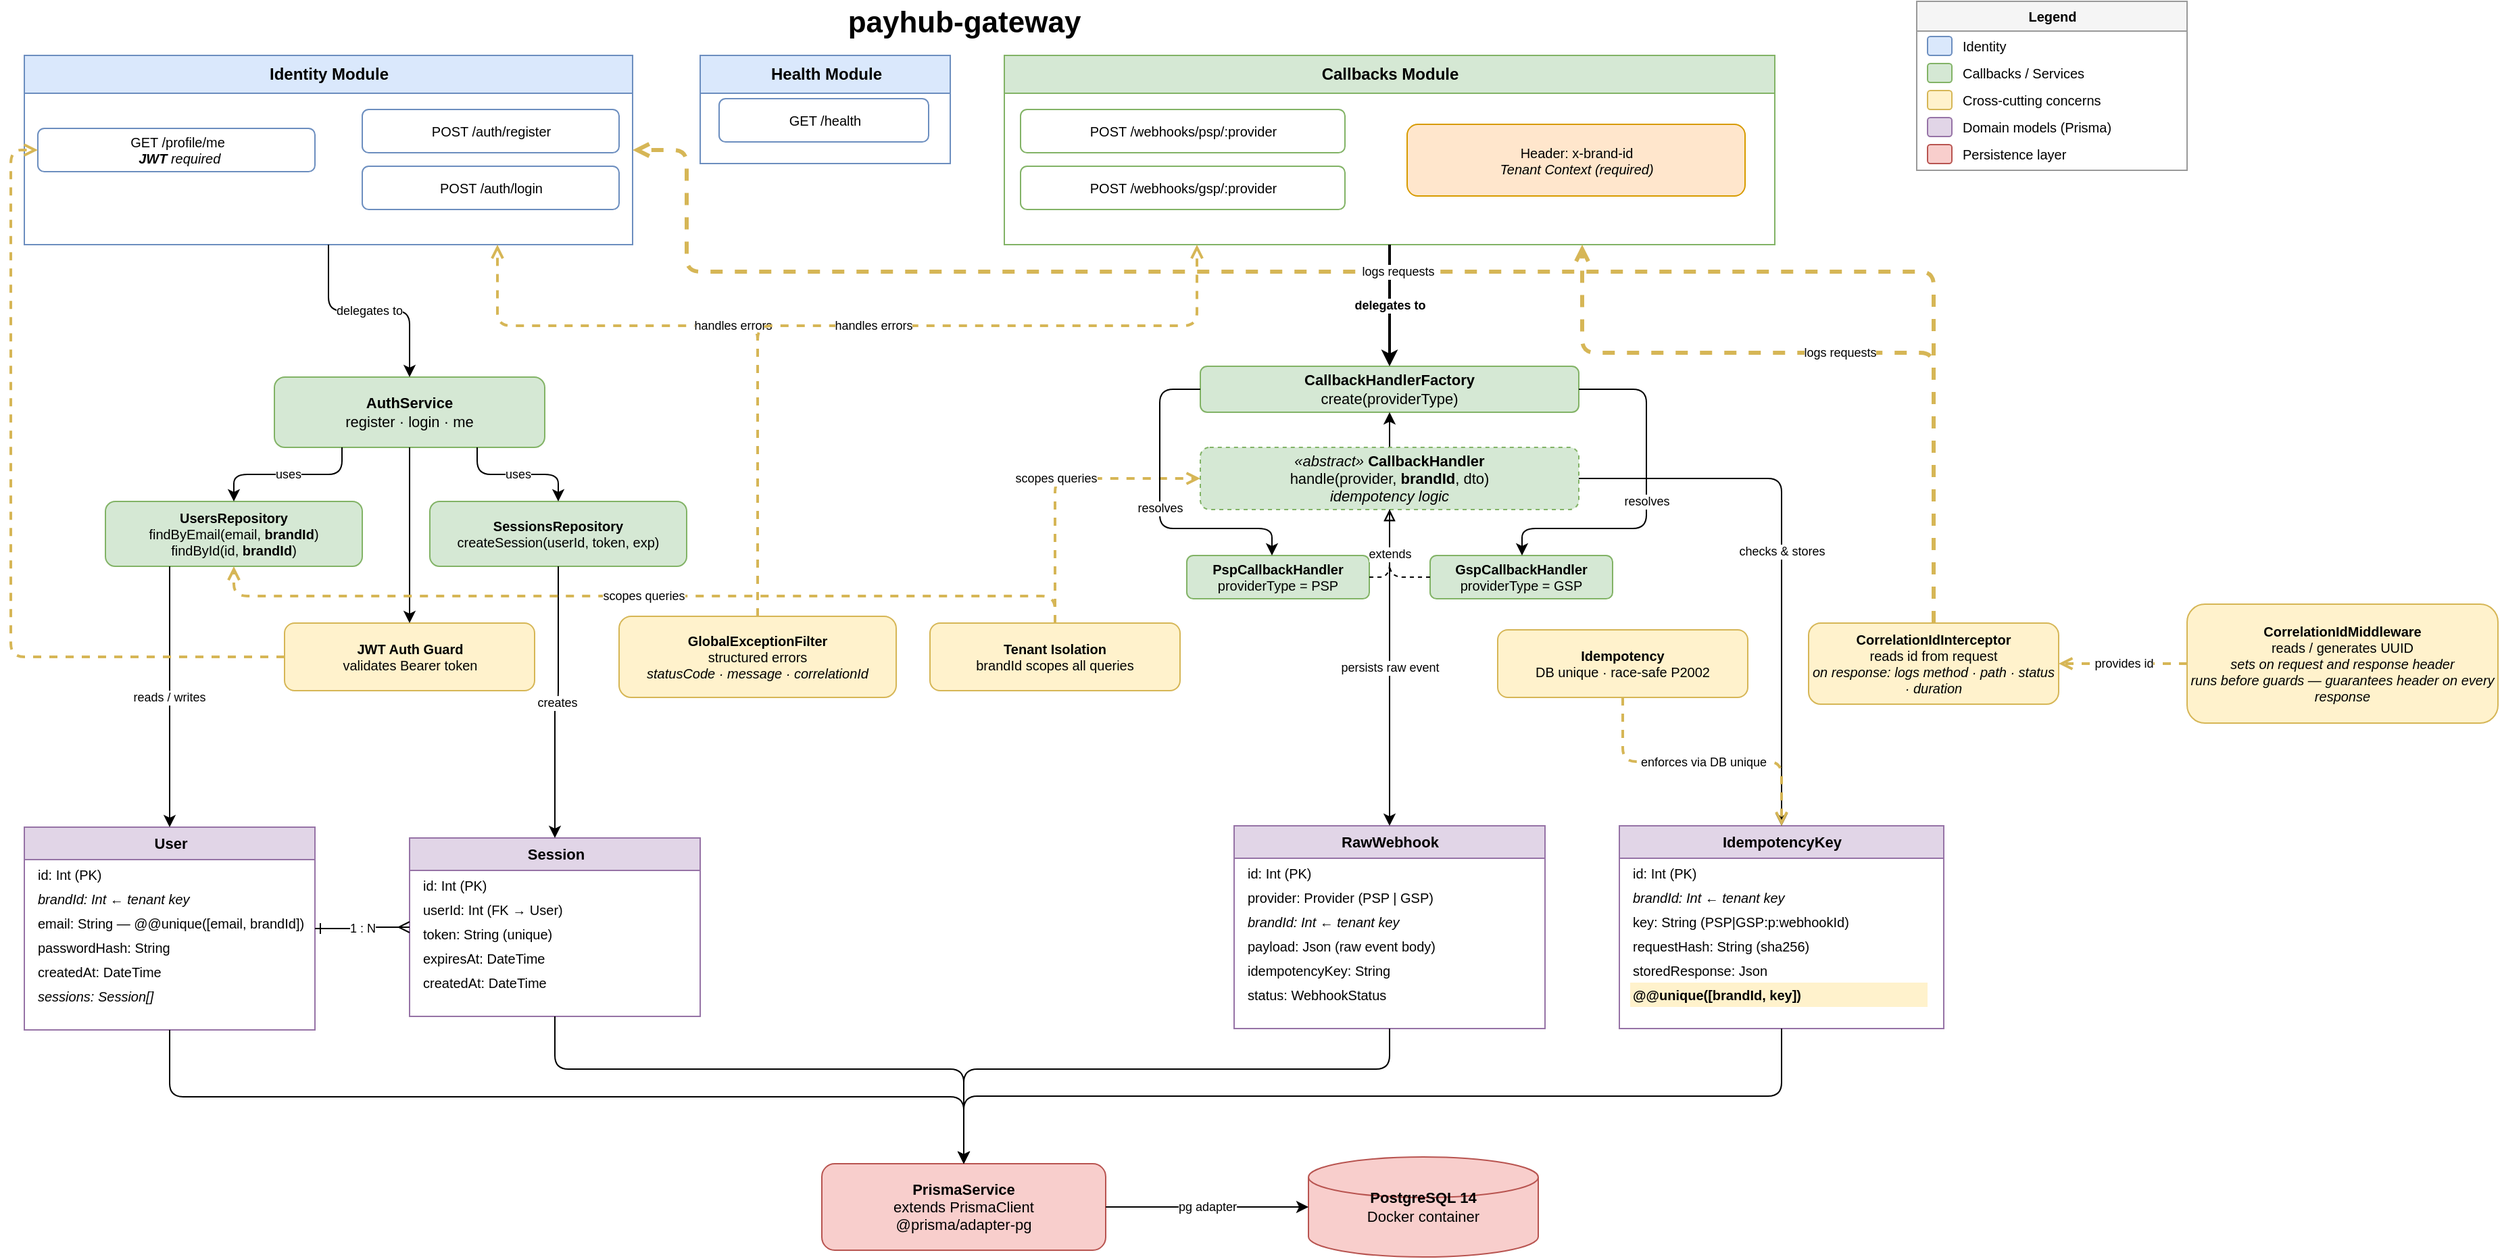
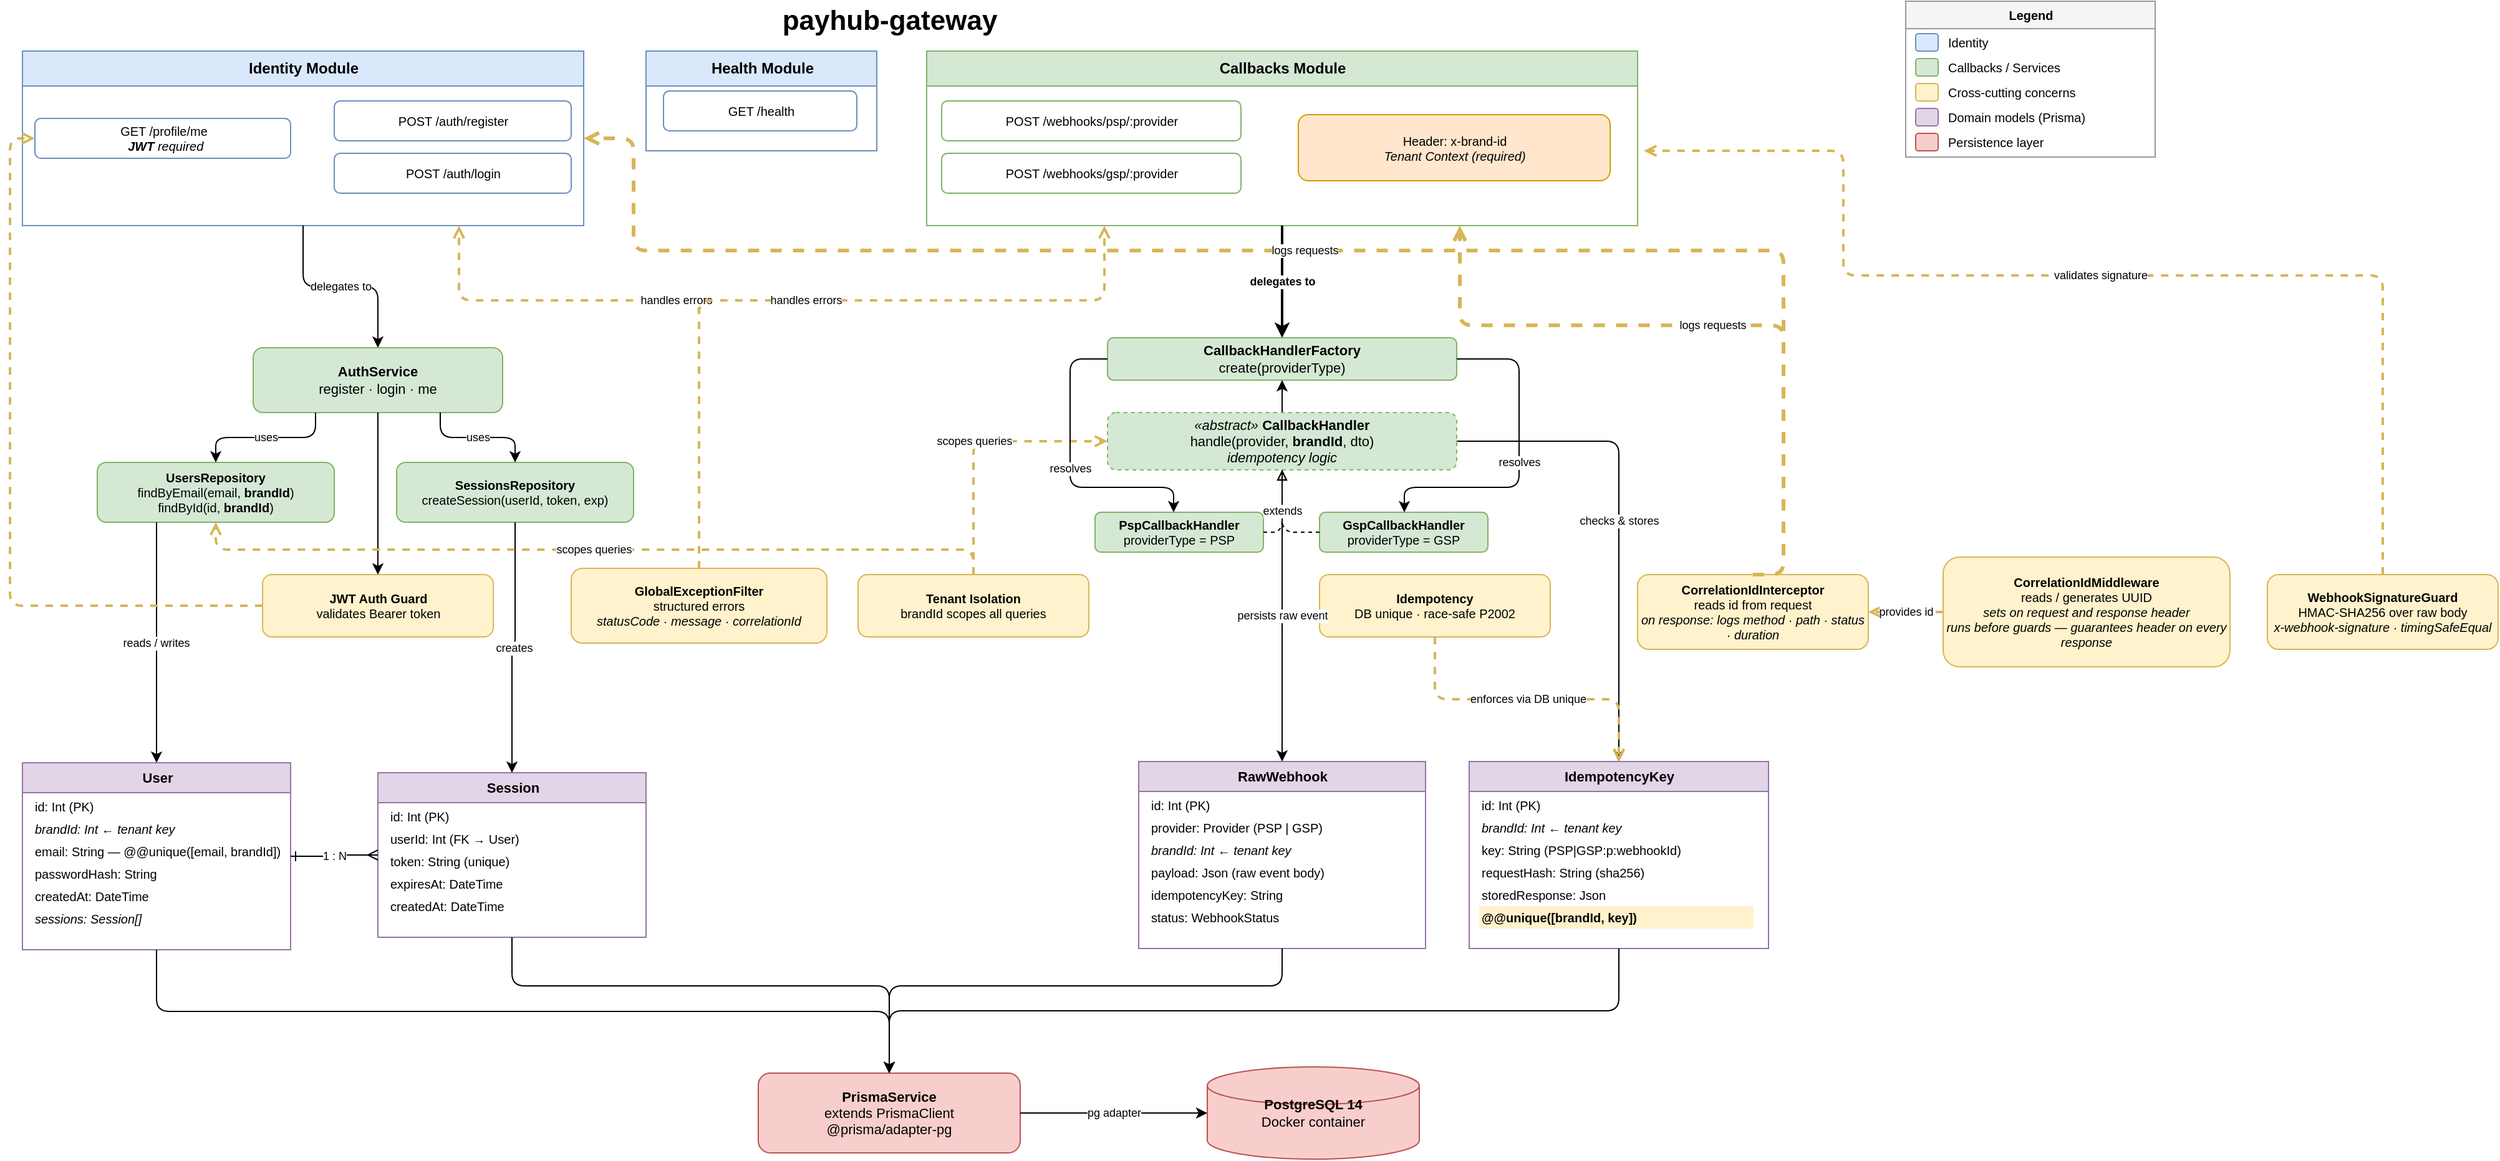
<mxfile host="Electron">
  <diagram name="Feature &amp; Domain Relations" id="payhub-arch-v1">
-     <mxGraphModel dx="2362" dy="709" grid="1" gridSize="10" guides="1" tooltips="1" connect="1" arrows="1" fold="1" page="1" pageScale="1" pageWidth="1200" pageHeight="980" math="0" shadow="0">
+     <mxGraphModel dx="3735" dy="1547" grid="1" gridSize="10" guides="1" tooltips="1" connect="1" arrows="1" fold="1" page="1" pageScale="1" pageWidth="1200" pageHeight="980" math="0" shadow="0">
      <root>
        <mxCell id="0" />
        <mxCell id="1" parent="0" />
        <mxCell id="title-main" parent="1" style="text;html=1;strokeColor=none;fillColor=none;align=center;verticalAlign=middle;fontSize=22;fontStyle=1;" value="payhub-gateway" vertex="1">
          <mxGeometry height="32" width="600" x="325" as="geometry" />
        </mxCell>
        <mxCell id="identity-module" parent="1" style="swimlane;startSize=28;fillColor=#dae8fc;strokeColor=#6c8ebf;fontStyle=1;fontSize=12;html=1;" value="Identity Module" vertex="1">
          <mxGeometry height="140" width="450" x="-70" y="40" as="geometry" />
        </mxCell>
        <mxCell id="ep-register" parent="identity-module" style="rounded=1;fillColor=#ffffff;strokeColor=#6c8ebf;fontSize=10;html=1;" value="POST /auth/register" vertex="1">
          <mxGeometry height="32" width="190" x="250" y="40" as="geometry" />
        </mxCell>
        <mxCell id="ep-login" parent="identity-module" style="rounded=1;fillColor=#ffffff;strokeColor=#6c8ebf;fontSize=10;html=1;" value="POST /auth/login" vertex="1">
          <mxGeometry height="32" width="190" x="250" y="82" as="geometry" />
        </mxCell>
        <mxCell id="ep-me" parent="identity-module" style="rounded=1;fillColor=#ffffff;strokeColor=#6c8ebf;fontSize=10;html=1;" value="GET /profile/me&lt;br&gt;&lt;i&gt;&amp;nbsp;&lt;b&gt;JWT&lt;/b&gt; required&lt;/i&gt;" vertex="1">
          <mxGeometry height="32" width="205" x="10" y="54" as="geometry" />
        </mxCell>
        <mxCell id="health-module" parent="1" style="swimlane;startSize=28;fillColor=#dae8fc;strokeColor=#6c8ebf;fontStyle=1;fontSize=12;html=1;" value="Health Module" vertex="1">
          <mxGeometry height="80" width="185" x="430" y="40" as="geometry" />
        </mxCell>
        <mxCell id="ep-health" parent="health-module" style="rounded=1;fillColor=#ffffff;strokeColor=#6c8ebf;fontSize=10;html=1;" value="GET /health" vertex="1">
          <mxGeometry height="32" width="155" x="14" y="32" as="geometry" />
        </mxCell>
        <mxCell id="callbacks-module" parent="1" style="swimlane;startSize=28;fillColor=#d5e8d4;strokeColor=#82b366;fontStyle=1;fontSize=12;html=1;" value="Callbacks Module" vertex="1">
          <mxGeometry height="140" width="570" x="655" y="40" as="geometry" />
        </mxCell>
        <mxCell id="ep-psp" parent="callbacks-module" style="rounded=1;fillColor=#ffffff;strokeColor=#82b366;fontSize=10;html=1;" value="POST /webhooks/psp/:provider" vertex="1">
          <mxGeometry height="32" width="240" x="12" y="40" as="geometry" />
        </mxCell>
        <mxCell id="ep-gsp" parent="callbacks-module" style="rounded=1;fillColor=#ffffff;strokeColor=#82b366;fontSize=10;html=1;" value="POST /webhooks/gsp/:provider" vertex="1">
          <mxGeometry height="32" width="240" x="12" y="82" as="geometry" />
        </mxCell>
        <mxCell id="ep-brand" parent="callbacks-module" style="rounded=1;fillColor=#ffe6cc;strokeColor=#d79b00;fontSize=10;html=1;" value="Header: x-brand-id&lt;br&gt;&lt;i&gt;Tenant Context (required)&lt;/i&gt;" vertex="1">
          <mxGeometry height="53" width="250" x="298" y="51" as="geometry" />
        </mxCell>
        <mxCell id="auth-service" parent="1" style="rounded=1;fillColor=#d5e8d4;strokeColor=#82b366;fontSize=11;html=1;whiteSpace=wrap;" value="&lt;b&gt;AuthService&lt;/b&gt;&lt;br&gt;register · login · me" vertex="1">
          <mxGeometry height="52" width="200" x="115" y="278" as="geometry" />
        </mxCell>
        <mxCell id="callback-handler-factory" parent="1" style="rounded=1;fillColor=#d5e8d4;strokeColor=#82b366;fontSize=11;html=1;whiteSpace=wrap;" value="&lt;b&gt;CallbackHandlerFactory&lt;/b&gt;&lt;br&gt;create(providerType)" vertex="1">
          <mxGeometry height="34" width="280" x="800" y="270" as="geometry" />
        </mxCell>
        <mxCell id="pLilPInxBfb4o21igiMi-1" edge="1" parent="1" source="callback-handler-abstract" style="edgeStyle=orthogonalEdgeStyle;rounded=0;orthogonalLoop=1;jettySize=auto;html=1;" target="callback-handler-factory" value="">
          <mxGeometry relative="1" as="geometry" />
        </mxCell>
        <mxCell id="callback-handler-abstract" parent="1" style="rounded=1;dashed=1;fillColor=#d5e8d4;strokeColor=#82b366;fontSize=11;html=1;whiteSpace=wrap;" value="&lt;i&gt;«abstract»&lt;/i&gt; &lt;b&gt;CallbackHandler&lt;/b&gt;&lt;br&gt;handle(provider, &lt;b&gt;brandId&lt;/b&gt;, dto)&lt;br&gt;&lt;i&gt;idempotency logic&lt;/i&gt;" vertex="1">
          <mxGeometry height="46" width="280" x="800" y="330" as="geometry" />
        </mxCell>
        <mxCell id="psp-handler" parent="1" style="rounded=1;fillColor=#d5e8d4;strokeColor=#82b366;fontSize=10;html=1;whiteSpace=wrap;" value="&lt;b&gt;PspCallbackHandler&lt;/b&gt;&lt;br&gt;providerType = PSP" vertex="1">
          <mxGeometry height="32" width="135" x="790" y="410" as="geometry" />
        </mxCell>
        <mxCell id="gsp-handler" parent="1" style="rounded=1;fillColor=#d5e8d4;strokeColor=#82b366;fontSize=10;html=1;whiteSpace=wrap;" value="&lt;b&gt;GspCallbackHandler&lt;/b&gt;&lt;br&gt;providerType = GSP" vertex="1">
          <mxGeometry height="32" width="135" x="970" y="410" as="geometry" />
        </mxCell>
        <mxCell id="cc-jwt" parent="1" style="rounded=1;fillColor=#fff2cc;strokeColor=#d6b656;fontSize=10;html=1;whiteSpace=wrap;" value="&lt;b&gt;JWT Auth Guard&lt;/b&gt;&lt;br&gt;validates Bearer token" vertex="1">
          <mxGeometry height="50" width="185" x="122.5" y="460" as="geometry" />
        </mxCell>
+         <mxCell id="cc-webhook-guard" parent="1" style="rounded=1;fillColor=#fff2cc;strokeColor=#d6b656;fontSize=10;html=1;whiteSpace=wrap;" value="&lt;b&gt;WebhookSignatureGuard&lt;/b&gt;&lt;br&gt;HMAC-SHA256 over raw body&lt;br&gt;&lt;i&gt;x-webhook-signature · timingSafeEqual&lt;/i&gt;" vertex="1">
+           <mxGeometry height="60" width="185" x="1730" y="460" as="geometry" />
+         </mxCell>
        <mxCell id="repo-users" parent="1" style="rounded=1;fillColor=#d5e8d4;strokeColor=#82b366;fontSize=10;html=1;whiteSpace=wrap;" value="&lt;b&gt;UsersRepository&lt;/b&gt;&lt;br&gt;findByEmail(email, &lt;b&gt;brandId&lt;/b&gt;)&lt;br&gt;findById(id, &lt;b&gt;brandId&lt;/b&gt;)" vertex="1">
          <mxGeometry height="48" width="190" x="-10" y="370" as="geometry" />
        </mxCell>
        <mxCell id="repo-sessions" parent="1" style="rounded=1;fillColor=#d5e8d4;strokeColor=#82b366;fontSize=10;html=1;whiteSpace=wrap;" value="&lt;b&gt;SessionsRepository&lt;/b&gt;&lt;br&gt;createSession(userId, token, exp)" vertex="1">
          <mxGeometry height="48" width="190" x="230" y="370" as="geometry" />
        </mxCell>
        <mxCell id="cc-tenant" parent="1" style="rounded=1;fillColor=#fff2cc;strokeColor=#d6b656;fontSize=10;html=1;whiteSpace=wrap;" value="&lt;b&gt;Tenant Isolation&lt;/b&gt;&lt;br&gt;brandId scopes all queries" vertex="1">
          <mxGeometry height="50" width="185" x="600" y="460" as="geometry" />
        </mxCell>
        <mxCell id="cc-idempotency" parent="1" style="rounded=1;fillColor=#fff2cc;strokeColor=#d6b656;fontSize=10;html=1;whiteSpace=wrap;" value="&lt;b&gt;Idempotency&lt;/b&gt;&lt;br&gt;DB unique · race-safe P2002" vertex="1">
-           <mxGeometry height="50" width="185" x="1020" y="465" as="geometry" />
+           <mxGeometry height="50" width="185" x="970" y="460" as="geometry" />
        </mxCell>
        <mxCell id="cc-correlation" parent="1" style="rounded=1;fillColor=#fff2cc;strokeColor=#d6b656;fontSize=10;html=1;whiteSpace=wrap;" value="&lt;b&gt;CorrelationIdInterceptor&lt;/b&gt;&lt;br&gt;reads id from request&lt;br&gt;&lt;i&gt;on response: logs method · path · status · duration&lt;/i&gt;" vertex="1">
-           <mxGeometry height="60" width="185" x="1250" y="460" as="geometry" />
+           <mxGeometry height="60" width="185" x="1225" y="460" as="geometry" />
        </mxCell>
        <mxCell id="cc-filter" parent="1" style="rounded=1;fillColor=#fff2cc;strokeColor=#d6b656;fontSize=10;html=1;whiteSpace=wrap;" value="&lt;b&gt;GlobalExceptionFilter&lt;/b&gt;&lt;br&gt;structured errors&lt;br&gt;&lt;i&gt;statusCode · message · correlationId&lt;/i&gt;" vertex="1">
          <mxGeometry height="60" width="205" x="370" y="455" as="geometry" />
        </mxCell>
        <mxCell id="cc-middleware" parent="1" style="rounded=1;fillColor=#fff2cc;strokeColor=#d6b656;fontSize=10;html=1;whiteSpace=wrap;" value="&lt;b&gt;CorrelationIdMiddleware&lt;/b&gt;&lt;br&gt;reads / generates UUID&lt;br&gt;&lt;i&gt;sets on request and response header&lt;/i&gt;&lt;br&gt;&lt;i&gt;runs before guards — guarantees header on every response&lt;/i&gt;" vertex="1">
-           <mxGeometry height="88" width="230" x="1530" y="446" as="geometry" />
+           <mxGeometry height="88" width="230" x="1470" y="446" as="geometry" />
        </mxCell>
        <mxCell id="entity-user" parent="1" style="swimlane;startSize=24;fillColor=#e1d5e7;strokeColor=#9673a6;fontSize=11;html=1;" value="&lt;b&gt;User&lt;/b&gt;" vertex="1">
          <mxGeometry height="150" width="215" x="-70" y="611" as="geometry" />
        </mxCell>
        <mxCell id="u-f1" parent="entity-user" style="text;html=1;strokeColor=none;fillColor=none;align=left;fontSize=10;verticalAlign=middle;" value="id: Int (PK)" vertex="1">
          <mxGeometry height="18" width="197" x="8" y="26" as="geometry" />
        </mxCell>
        <mxCell id="u-f2" parent="entity-user" style="text;html=1;strokeColor=none;fillColor=none;align=left;fontSize=10;fontStyle=2;verticalAlign=middle;" value="brandId: Int  ← tenant key" vertex="1">
          <mxGeometry height="18" width="197" x="8" y="44" as="geometry" />
        </mxCell>
        <mxCell id="u-f3" parent="entity-user" style="text;html=1;strokeColor=none;fillColor=none;align=left;fontSize=10;verticalAlign=middle;" value="email: String  — @@unique([email, brandId])" vertex="1">
          <mxGeometry height="18" width="197" x="8" y="62" as="geometry" />
        </mxCell>
        <mxCell id="u-f4" parent="entity-user" style="text;html=1;strokeColor=none;fillColor=none;align=left;fontSize=10;verticalAlign=middle;" value="passwordHash: String" vertex="1">
          <mxGeometry height="18" width="197" x="8" y="80" as="geometry" />
        </mxCell>
        <mxCell id="u-f5" parent="entity-user" style="text;html=1;strokeColor=none;fillColor=none;align=left;fontSize=10;verticalAlign=middle;" value="createdAt: DateTime" vertex="1">
          <mxGeometry height="18" width="197" x="8" y="98" as="geometry" />
        </mxCell>
        <mxCell id="u-f6" parent="entity-user" style="text;html=1;strokeColor=none;fillColor=none;align=left;fontSize=10;fontStyle=2;verticalAlign=middle;" value="sessions: Session[]" vertex="1">
          <mxGeometry height="18" width="197" x="8" y="116" as="geometry" />
        </mxCell>
        <mxCell id="entity-session" parent="1" style="swimlane;startSize=24;fillColor=#e1d5e7;strokeColor=#9673a6;fontSize=11;html=1;" value="&lt;b&gt;Session&lt;/b&gt;" vertex="1">
          <mxGeometry height="132" width="215" x="215" y="619" as="geometry" />
        </mxCell>
        <mxCell id="s-f1" parent="entity-session" style="text;html=1;strokeColor=none;fillColor=none;align=left;fontSize=10;verticalAlign=middle;" value="id: Int (PK)" vertex="1">
          <mxGeometry height="18" width="197" x="8" y="26" as="geometry" />
        </mxCell>
        <mxCell id="s-f2" parent="entity-session" style="text;html=1;strokeColor=none;fillColor=none;align=left;fontSize=10;verticalAlign=middle;" value="userId: Int (FK → User)" vertex="1">
          <mxGeometry height="18" width="197" x="8" y="44" as="geometry" />
        </mxCell>
        <mxCell id="s-f3" parent="entity-session" style="text;html=1;strokeColor=none;fillColor=none;align=left;fontSize=10;verticalAlign=middle;" value="token: String (unique)" vertex="1">
          <mxGeometry height="18" width="197" x="8" y="62" as="geometry" />
        </mxCell>
        <mxCell id="s-f4" parent="entity-session" style="text;html=1;strokeColor=none;fillColor=none;align=left;fontSize=10;verticalAlign=middle;" value="expiresAt: DateTime" vertex="1">
          <mxGeometry height="18" width="197" x="8" y="80" as="geometry" />
        </mxCell>
        <mxCell id="s-f5" parent="entity-session" style="text;html=1;strokeColor=none;fillColor=none;align=left;fontSize=10;verticalAlign=middle;" value="createdAt: DateTime" vertex="1">
          <mxGeometry height="18" width="197" x="8" y="98" as="geometry" />
        </mxCell>
        <mxCell id="entity-webhook" parent="1" style="swimlane;startSize=24;fillColor=#e1d5e7;strokeColor=#9673a6;fontSize=11;html=1;" value="&lt;b&gt;RawWebhook&lt;/b&gt;" vertex="1">
          <mxGeometry height="150" width="230" x="825" y="610" as="geometry" />
        </mxCell>
        <mxCell id="wh-f1" parent="entity-webhook" style="text;html=1;strokeColor=none;fillColor=none;align=left;fontSize=10;verticalAlign=middle;" value="id: Int (PK)" vertex="1">
          <mxGeometry height="18" width="210" x="8" y="26" as="geometry" />
        </mxCell>
        <mxCell id="wh-f2" parent="entity-webhook" style="text;html=1;strokeColor=none;fillColor=none;align=left;fontSize=10;verticalAlign=middle;" value="provider: Provider (PSP | GSP)" vertex="1">
          <mxGeometry height="18" width="210" x="8" y="44" as="geometry" />
        </mxCell>
        <mxCell id="wh-f3" parent="entity-webhook" style="text;html=1;strokeColor=none;fillColor=none;align=left;fontSize=10;fontStyle=2;verticalAlign=middle;" value="brandId: Int  ← tenant key" vertex="1">
          <mxGeometry height="18" width="210" x="8" y="62" as="geometry" />
        </mxCell>
        <mxCell id="wh-f4" parent="entity-webhook" style="text;html=1;strokeColor=none;fillColor=none;align=left;fontSize=10;verticalAlign=middle;" value="payload: Json (raw event body)" vertex="1">
          <mxGeometry height="18" width="210" x="8" y="80" as="geometry" />
        </mxCell>
        <mxCell id="wh-f5" parent="entity-webhook" style="text;html=1;strokeColor=none;fillColor=none;align=left;fontSize=10;verticalAlign=middle;" value="idempotencyKey: String" vertex="1">
          <mxGeometry height="18" width="210" x="8" y="98" as="geometry" />
        </mxCell>
        <mxCell id="wh-f6" parent="entity-webhook" style="text;html=1;strokeColor=none;fillColor=none;align=left;fontSize=10;verticalAlign=middle;" value="status: WebhookStatus" vertex="1">
          <mxGeometry height="18" width="210" x="8" y="116" as="geometry" />
        </mxCell>
        <mxCell id="entity-idem" parent="1" style="swimlane;startSize=24;fillColor=#e1d5e7;strokeColor=#9673a6;fontSize=11;html=1;" value="&lt;b&gt;IdempotencyKey&lt;/b&gt;" vertex="1">
-           <mxGeometry height="150" width="240" x="1110" y="610" as="geometry" />
+           <mxGeometry height="150" width="240" x="1090" y="610" as="geometry" />
        </mxCell>
        <mxCell id="ik-f1" parent="entity-idem" style="text;html=1;strokeColor=none;fillColor=none;align=left;fontSize=10;verticalAlign=middle;" value="id: Int (PK)" vertex="1">
          <mxGeometry height="18" width="220" x="8" y="26" as="geometry" />
        </mxCell>
        <mxCell id="ik-f2" parent="entity-idem" style="text;html=1;strokeColor=none;fillColor=none;align=left;fontSize=10;fontStyle=2;verticalAlign=middle;" value="brandId: Int  ← tenant key" vertex="1">
          <mxGeometry height="18" width="220" x="8" y="44" as="geometry" />
        </mxCell>
        <mxCell id="ik-f3" parent="entity-idem" style="text;html=1;strokeColor=none;fillColor=none;align=left;fontSize=10;verticalAlign=middle;" value="key: String  (PSP|GSP:p:webhookId)" vertex="1">
          <mxGeometry height="18" width="220" x="8" y="62" as="geometry" />
        </mxCell>
        <mxCell id="ik-f4" parent="entity-idem" style="text;html=1;strokeColor=none;fillColor=none;align=left;fontSize=10;verticalAlign=middle;" value="requestHash: String (sha256)" vertex="1">
          <mxGeometry height="18" width="220" x="8" y="80" as="geometry" />
        </mxCell>
        <mxCell id="ik-f5" parent="entity-idem" style="text;html=1;strokeColor=none;fillColor=none;align=left;fontSize=10;verticalAlign=middle;" value="storedResponse: Json" vertex="1">
          <mxGeometry height="18" width="220" x="8" y="98" as="geometry" />
        </mxCell>
        <mxCell id="ik-f6" parent="entity-idem" style="text;html=1;strokeColor=none;fillColor=#fff2cc;align=left;fontSize=10;fontStyle=1;verticalAlign=middle;" value="@@unique([brandId, key])" vertex="1">
          <mxGeometry height="18" width="220" x="8" y="116" as="geometry" />
        </mxCell>
        <mxCell id="prisma-service" parent="1" style="rounded=1;fillColor=#f8cecc;strokeColor=#b85450;fontSize=11;html=1;whiteSpace=wrap;" value="&lt;b&gt;PrismaService&lt;/b&gt;&lt;br&gt;extends PrismaClient&lt;br&gt;@prisma/adapter-pg" vertex="1">
          <mxGeometry height="64" width="210" x="520" y="860" as="geometry" />
        </mxCell>
        <mxCell id="postgres" parent="1" style="shape=cylinder3;whiteSpace=wrap;html=1;fillColor=#f8cecc;strokeColor=#b85450;fontSize=11;" value="&lt;b&gt;PostgreSQL 14&lt;/b&gt;&lt;br&gt;Docker container" vertex="1">
          <mxGeometry height="74" width="170" x="880" y="855" as="geometry" />
        </mxCell>
        <mxCell id="legend-box" parent="1" style="swimlane;startSize=22;fillColor=#f5f5f5;strokeColor=#999999;fontStyle=1;fontSize=10;html=1;" value="Legend" vertex="1">
-           <mxGeometry height="125" width="200" x="1330" as="geometry" />
+           <mxGeometry height="125" width="200" x="1440" as="geometry" />
        </mxCell>
        <mxCell id="leg-1" parent="legend-box" style="rounded=1;fillColor=#dae8fc;strokeColor=#6c8ebf;fontSize=9;html=1;" value="" vertex="1">
          <mxGeometry height="14" width="18" x="8" y="26" as="geometry" />
        </mxCell>
        <mxCell id="leg-1t" parent="legend-box" style="text;html=1;strokeColor=none;fillColor=none;align=left;fontSize=10;verticalAlign=middle;" value="Identity" vertex="1">
          <mxGeometry height="14" width="150" x="32" y="26" as="geometry" />
        </mxCell>
        <mxCell id="leg-2" parent="legend-box" style="rounded=1;fillColor=#d5e8d4;strokeColor=#82b366;fontSize=9;html=1;" value="" vertex="1">
          <mxGeometry height="14" width="18" x="8" y="46" as="geometry" />
        </mxCell>
        <mxCell id="leg-2t" parent="legend-box" style="text;html=1;strokeColor=none;fillColor=none;align=left;fontSize=10;verticalAlign=middle;" value="Callbacks / Services" vertex="1">
          <mxGeometry height="14" width="150" x="32" y="46" as="geometry" />
        </mxCell>
        <mxCell id="leg-3" parent="legend-box" style="rounded=1;fillColor=#fff2cc;strokeColor=#d6b656;fontSize=9;html=1;" value="" vertex="1">
          <mxGeometry height="14" width="18" x="8" y="66" as="geometry" />
        </mxCell>
        <mxCell id="leg-3t" parent="legend-box" style="text;html=1;strokeColor=none;fillColor=none;align=left;fontSize=10;verticalAlign=middle;" value="Cross-cutting concerns" vertex="1">
          <mxGeometry height="14" width="150" x="32" y="66" as="geometry" />
        </mxCell>
        <mxCell id="leg-4" parent="legend-box" style="rounded=1;fillColor=#e1d5e7;strokeColor=#9673a6;fontSize=9;html=1;" value="" vertex="1">
          <mxGeometry height="14" width="18" x="8" y="86" as="geometry" />
        </mxCell>
        <mxCell id="leg-4t" parent="legend-box" style="text;html=1;strokeColor=none;fillColor=none;align=left;fontSize=10;verticalAlign=middle;" value="Domain models (Prisma)" vertex="1">
          <mxGeometry height="14" width="150" x="32" y="86" as="geometry" />
        </mxCell>
        <mxCell id="leg-5" parent="legend-box" style="rounded=1;fillColor=#f8cecc;strokeColor=#b85450;fontSize=9;html=1;" value="" vertex="1">
          <mxGeometry height="14" width="18" x="8" y="106" as="geometry" />
        </mxCell>
        <mxCell id="leg-5t" parent="legend-box" style="text;html=1;strokeColor=none;fillColor=none;align=left;fontSize=10;verticalAlign=middle;" value="Persistence layer" vertex="1">
          <mxGeometry height="14" width="150" x="32" y="106" as="geometry" />
        </mxCell>
        <mxCell id="e-1" edge="1" parent="1" source="identity-module" style="edgeStyle=orthogonalEdgeStyle;html=1;fontSize=9;exitX=0.5;exitY=1;exitDx=0;exitDy=0;" target="auth-service" value="delegates to">
          <mxGeometry relative="1" as="geometry" />
        </mxCell>
        <mxCell id="e-2" edge="1" parent="1" source="callbacks-module" style="edgeStyle=orthogonalEdgeStyle;html=1;fontSize=9;exitX=0.5;exitY=1;exitDx=0;exitDy=0;strokeWidth=2;fontStyle=1" target="callback-handler-factory" value="delegates to">
          <mxGeometry relative="1" as="geometry" />
        </mxCell>
        <mxCell id="e-repo-1" edge="1" parent="1" source="auth-service" style="edgeStyle=orthogonalEdgeStyle;html=1;fontSize=9;exitX=0.25;exitY=1;exitDx=0;exitDy=0;entryX=0.5;entryY=0;entryDx=0;entryDy=0;" target="repo-users" value="uses">
          <mxGeometry relative="1" as="geometry" />
        </mxCell>
        <mxCell id="e-repo-2" edge="1" parent="1" source="auth-service" style="edgeStyle=orthogonalEdgeStyle;html=1;fontSize=9;exitX=0.75;exitY=1;exitDx=0;exitDy=0;entryX=0.5;entryY=0;entryDx=0;entryDy=0;" target="repo-sessions" value="uses">
          <mxGeometry relative="1" as="geometry" />
        </mxCell>
        <mxCell id="e-3" edge="1" parent="1" source="repo-users" style="edgeStyle=orthogonalEdgeStyle;html=1;fontSize=9;exitX=0.25;exitY=1;exitDx=0;exitDy=0;entryX=0.5;entryY=0;entryDx=0;entryDy=0;" target="entity-user" value="reads / writes">
          <mxGeometry relative="1" as="geometry">
            <Array as="points">
              <mxPoint x="38" y="600" />
              <mxPoint x="38" y="620" />
            </Array>
          </mxGeometry>
        </mxCell>
        <mxCell id="e-4" edge="1" parent="1" source="repo-sessions" style="edgeStyle=orthogonalEdgeStyle;html=1;fontSize=9;exitX=0.5;exitY=1;exitDx=0;exitDy=0;entryX=0.5;entryY=0;entryDx=0;entryDy=0;" target="entity-session" value="creates">
          <mxGeometry relative="1" as="geometry" />
        </mxCell>
        <mxCell id="e-5" edge="1" parent="1" source="callback-handler-abstract" style="edgeStyle=orthogonalEdgeStyle;html=1;fontSize=9;" target="entity-webhook" value="persists raw event">
          <mxGeometry relative="1" as="geometry" />
        </mxCell>
        <mxCell id="e-6" edge="1" parent="1" source="callback-handler-abstract" style="edgeStyle=orthogonalEdgeStyle;html=1;fontSize=9;" target="entity-idem" value="checks &amp; stores">
          <mxGeometry relative="1" as="geometry" />
        </mxCell>
        <mxCell id="e-7" edge="1" parent="1" source="entity-user" style="edgeStyle=orthogonalEdgeStyle;html=1;exitX=0.5;exitY=1;exitDx=0;exitDy=0;" target="prisma-service">
          <mxGeometry relative="1" as="geometry" />
        </mxCell>
        <mxCell id="e-8" edge="1" parent="1" source="entity-session" style="edgeStyle=orthogonalEdgeStyle;html=1;exitX=0.5;exitY=1;exitDx=0;exitDy=0;" target="prisma-service">
          <mxGeometry relative="1" as="geometry">
            <Array as="points">
              <mxPoint x="322" y="790" />
              <mxPoint x="625" y="790" />
            </Array>
          </mxGeometry>
        </mxCell>
        <mxCell id="e-9" edge="1" parent="1" source="entity-webhook" style="edgeStyle=orthogonalEdgeStyle;html=1;exitX=0.5;exitY=1;exitDx=0;exitDy=0;" target="prisma-service">
          <mxGeometry relative="1" as="geometry">
            <Array as="points">
              <mxPoint x="940" y="790" />
              <mxPoint x="625" y="790" />
            </Array>
          </mxGeometry>
        </mxCell>
        <mxCell id="e-10" edge="1" parent="1" source="entity-idem" style="edgeStyle=orthogonalEdgeStyle;html=1;exitX=0.5;exitY=1;exitDx=0;exitDy=0;" target="prisma-service">
          <mxGeometry relative="1" as="geometry" />
        </mxCell>
        <mxCell id="e-11" edge="1" parent="1" source="prisma-service" style="edgeStyle=orthogonalEdgeStyle;html=1;fontSize=9;" target="postgres" value="pg adapter">
          <mxGeometry relative="1" as="geometry" />
        </mxCell>
        <mxCell id="e-12" edge="1" parent="1" source="entity-user" style="edgeStyle=orthogonalEdgeStyle;html=1;fontSize=9;endArrow=ERmany;startArrow=ERone;entryX=0;entryY=0.5;entryDx=0;entryDy=0;exitX=1;exitY=0.5;exitDx=0;exitDy=0;" target="entity-session" value="1 : N">
          <mxGeometry relative="1" x="-0.02" as="geometry">
            <mxPoint as="offset" />
            <mxPoint x="220" y="676" as="sourcePoint" />
            <mxPoint x="320" y="685" as="targetPoint" />
          </mxGeometry>
        </mxCell>
        <mxCell id="e-13" edge="1" parent="1" source="cc-jwt" style="edgeStyle=orthogonalEdgeStyle;html=1;fontSize=9;dashed=1;strokeColor=#d6b656;endArrow=open;endFill=0;entryX=0;entryY=0.5;entryDx=0;entryDy=0;strokeWidth=2;exitX=0;exitY=0.5;exitDx=0;exitDy=0;" target="ep-me" value="">
          <mxGeometry relative="1" as="geometry">
            <Array as="points">
              <mxPoint x="-80" y="485" />
              <mxPoint x="-80" y="110" />
            </Array>
          </mxGeometry>
        </mxCell>
        <mxCell id="e-14" edge="1" parent="1" source="cc-tenant" style="edgeStyle=orthogonalEdgeStyle;html=1;fontSize=9;dashed=1;strokeColor=#d6b656;endArrow=open;endFill=0;strokeWidth=2;exitX=0.5;exitY=0;exitDx=0;exitDy=0;entryX=0;entryY=0.5;entryDx=0;entryDy=0;" target="callback-handler-abstract" value="scopes queries">
          <mxGeometry relative="1" as="geometry" />
        </mxCell>
        <mxCell id="e-15" edge="1" parent="1" source="cc-idempotency" style="edgeStyle=orthogonalEdgeStyle;html=1;fontSize=9;dashed=1;strokeColor=#d6b656;endArrow=open;endFill=0;strokeWidth=2;exitX=0.5;exitY=1;exitDx=0;exitDy=0;" target="entity-idem" value="enforces via DB unique">
          <mxGeometry relative="1" as="geometry" />
        </mxCell>
        <mxCell id="ihViuIwQbZRkrxy8DmBA-1" edge="1" parent="1" source="auth-service" style="edgeStyle=orthogonalEdgeStyle;html=1;fontSize=9;" target="cc-jwt" value="">
          <mxGeometry relative="1" as="geometry">
            <mxPoint x="323" y="296" as="sourcePoint" />
            <mxPoint x="177" y="510" as="targetPoint" />
          </mxGeometry>
        </mxCell>
        <mxCell id="e-filter-1" edge="1" parent="1" source="cc-filter" style="edgeStyle=orthogonalEdgeStyle;html=1;fontSize=9;dashed=1;strokeColor=#d6b656;endArrow=open;endFill=0;strokeWidth=2;exitX=0.5;exitY=0;exitDx=0;exitDy=0;" value="handles errors">
          <mxGeometry relative="1" as="geometry">
            <Array as="points">
              <mxPoint x="472" y="240" />
              <mxPoint x="280" y="240" />
            </Array>
            <mxPoint x="280" y="180" as="targetPoint" />
          </mxGeometry>
        </mxCell>
        <mxCell id="e-filter-2" edge="1" parent="1" source="cc-filter" style="edgeStyle=orthogonalEdgeStyle;html=1;fontSize=9;dashed=1;strokeColor=#d6b656;endArrow=open;endFill=0;strokeWidth=2;entryX=0.25;entryY=1;entryDx=0;entryDy=0;exitX=0.5;exitY=0;exitDx=0;exitDy=0;" target="callbacks-module" value="handles errors">
          <mxGeometry relative="1" as="geometry">
            <Array as="points">
              <mxPoint x="473" y="240" />
              <mxPoint x="797" y="240" />
            </Array>
            <mxPoint x="533" y="380" as="sourcePoint" />
          </mxGeometry>
        </mxCell>
        <mxCell id="e-corr-1" edge="1" parent="1" source="cc-correlation" style="edgeStyle=orthogonalEdgeStyle;html=1;fontSize=9;dashed=1;strokeColor=#d6b656;endArrow=open;endFill=0;strokeWidth=3;exitX=0.5;exitY=0;exitDx=0;exitDy=0;entryX=0.75;entryY=1;entryDx=0;entryDy=0;" target="callbacks-module" value="logs requests">
          <mxGeometry relative="1" as="geometry">
            <Array as="points">
              <mxPoint x="1342" y="260" />
              <mxPoint x="1082" y="260" />
            </Array>
          </mxGeometry>
        </mxCell>
        <mxCell id="e-corr-2" edge="1" parent="1" source="cc-correlation" style="edgeStyle=orthogonalEdgeStyle;html=1;fontSize=9;dashed=1;strokeColor=#d6b656;endArrow=open;endFill=0;strokeWidth=3;exitX=0.5;exitY=0;exitDx=0;exitDy=0;entryX=1;entryY=0.5;entryDx=0;entryDy=0;" target="identity-module" value="logs requests">
          <mxGeometry relative="1" as="geometry">
            <Array as="points">
              <mxPoint x="1342" y="200" />
              <mxPoint x="420" y="200" />
              <mxPoint x="420" y="110" />
            </Array>
            <mxPoint x="215" y="210" as="targetPoint" />
          </mxGeometry>
        </mxCell>
        <mxCell id="e-middleware-1" edge="1" parent="1" source="cc-middleware" style="edgeStyle=orthogonalEdgeStyle;html=1;fontSize=9;dashed=1;strokeColor=#d6b656;endArrow=open;endFill=0;strokeWidth=2;" target="cc-correlation" value="provides id">
          <mxGeometry relative="1" as="geometry" />
        </mxCell>
        <mxCell id="e-strategy-1" edge="1" parent="1" source="callback-handler-factory" style="edgeStyle=orthogonalEdgeStyle;html=1;fontSize=9;" target="psp-handler" value="resolves">
          <mxGeometry relative="1" as="geometry">
            <Array as="points">
              <mxPoint x="770" y="287" />
              <mxPoint x="770" y="390" />
              <mxPoint x="853" y="390" />
            </Array>
          </mxGeometry>
        </mxCell>
        <mxCell id="e-strategy-2" edge="1" parent="1" source="callback-handler-factory" style="edgeStyle=orthogonalEdgeStyle;html=1;fontSize=9;" target="gsp-handler" value="resolves">
          <mxGeometry relative="1" as="geometry">
            <Array as="points">
              <mxPoint x="1130" y="287" />
              <mxPoint x="1130" y="390" />
              <mxPoint x="1038" y="390" />
            </Array>
          </mxGeometry>
        </mxCell>
        <mxCell id="e-strategy-4" edge="1" parent="1" source="gsp-handler" style="edgeStyle=orthogonalEdgeStyle;html=1;fontSize=9;endArrow=block;endFill=0;exitX=0;exitY=0.5;exitDx=0;exitDy=0;dashed=1;" target="callback-handler-abstract" value="">
          <mxGeometry relative="1" x="-0.0025" as="geometry">
            <mxPoint as="offset" />
          </mxGeometry>
        </mxCell>
        <mxCell id="e-strategy-3" edge="1" parent="1" source="psp-handler" style="edgeStyle=orthogonalEdgeStyle;html=1;fontSize=9;endArrow=block;endFill=0;exitX=1;exitY=0.5;exitDx=0;exitDy=0;dashed=1;" target="callback-handler-abstract" value="extends">
          <mxGeometry relative="1" as="geometry" />
        </mxCell>
+         <mxCell id="e-webhook-guard-1" edge="1" parent="1" source="cc-webhook-guard" style="edgeStyle=orthogonalEdgeStyle;html=1;fontSize=9;dashed=1;strokeColor=#d6b656;endArrow=open;endFill=0;strokeWidth=2;exitX=0.5;exitY=0;exitDx=0;exitDy=0;" value="validates signature">
+           <mxGeometry relative="1" as="geometry">
+             <Array as="points">
+               <mxPoint x="1823" y="220" />
+               <mxPoint x="1390" y="220" />
+               <mxPoint x="1390" y="120" />
+             </Array>
+             <mxPoint x="1230" y="120" as="targetPoint" />
+           </mxGeometry>
+         </mxCell>
        <mxCell id="pLilPInxBfb4o21igiMi-3" edge="1" parent="1" source="cc-tenant" style="edgeStyle=orthogonalEdgeStyle;html=1;fontSize=9;dashed=1;strokeColor=#d6b656;endArrow=open;endFill=0;strokeWidth=2;exitX=0.5;exitY=0;exitDx=0;exitDy=0;entryX=0.5;entryY=1;entryDx=0;entryDy=0;" target="repo-users" value="scopes queries">
          <mxGeometry relative="1" x="0.0013" as="geometry">
            <mxPoint as="offset" />
            <Array as="points">
              <mxPoint x="693" y="440" />
              <mxPoint x="85" y="440" />
            </Array>
            <mxPoint x="760" y="583" as="sourcePoint" />
            <mxPoint x="867" y="470" as="targetPoint" />
          </mxGeometry>
        </mxCell>
      </root>
    </mxGraphModel>
  </diagram>
</mxfile>
